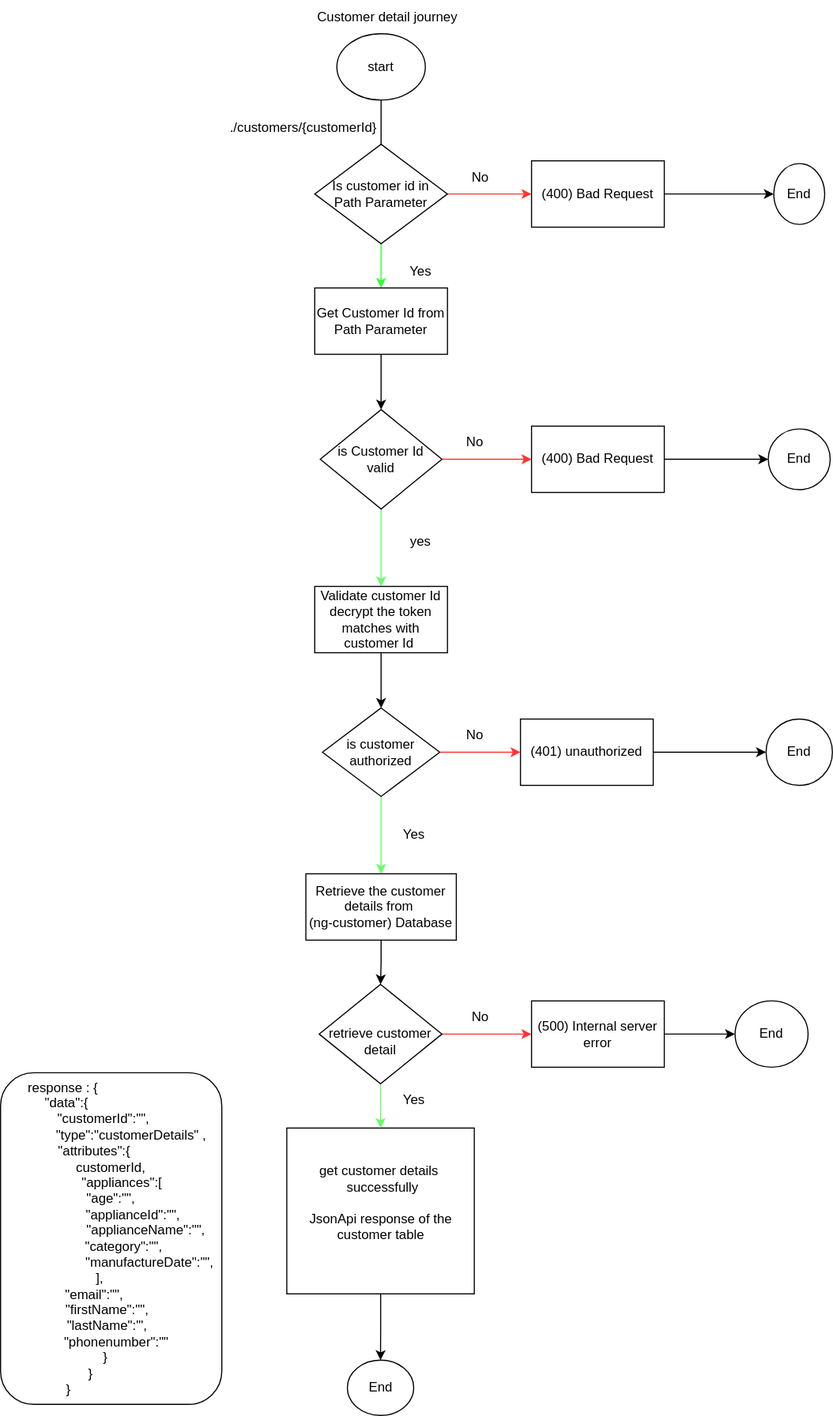
Abhishek-1310/ng-customers keeps this draw.io diagram as ng-customerfinals.drawio.svg. Above is the earlier version. Source tidied: cells renumbered, new cells last; positions are measured from the earlier drawing's top-left corner, leaving out a move shared by most shapes. Its diagram source:
```xml
<mxGraphModel>
  <root>
    <mxCell id="0" />
    <mxCell id="1" parent="0" />
    <mxCell id="2" value="Customer detail journey" style="text;html=1;align=center;verticalAlign=middle;whiteSpace=wrap;rounded=0;" parent="1" vertex="1">
      <mxGeometry x="280" width="140" height="30" as="geometry" />
    </mxCell>
    <mxCell id="3" style="edgeStyle=orthogonalEdgeStyle;rounded=0;jettySize=auto;html=1;" parent="1" edge="1" source="4">
      <mxGeometry relative="1" as="geometry">
        <mxPoint x="344" y="160" as="targetPoint" />
      </mxGeometry>
    </mxCell>
    <mxCell id="4" style="ellipse;whiteSpace=wrap;html=1;" parent="1" vertex="1">
      <mxGeometry x="304" y="30" width="80" height="60" as="geometry" />
    </mxCell>
    <mxCell id="5" value="start" style="text;html=1;align=center;verticalAlign=middle;whiteSpace=wrap;rounded=0;" parent="1" vertex="1">
      <mxGeometry x="314" y="45" width="60" height="30" as="geometry" />
    </mxCell>
    <mxCell id="6" style="edgeStyle=orthogonalEdgeStyle;rounded=0;jettySize=auto;html=1;strokeColor=#FF3333;" parent="1" edge="1" source="8" target="10">
      <mxGeometry relative="1" as="geometry" />
    </mxCell>
    <mxCell id="7" style="edgeStyle=orthogonalEdgeStyle;rounded=0;jettySize=auto;html=1;strokeColor=#33FF33;" parent="1" edge="1" source="8" target="14">
      <mxGeometry relative="1" as="geometry" />
    </mxCell>
    <mxCell id="8" value="Is customer id in&lt;div&gt;Path&amp;nbsp;&lt;span style=&quot;background-color: initial;&quot;&gt;Parameter&lt;/span&gt;&lt;/div&gt;" style="rhombus;whiteSpace=wrap;html=1;" parent="1" vertex="1">
      <mxGeometry x="284" y="130" width="120" height="90" as="geometry" />
    </mxCell>
    <mxCell id="9" style="edgeStyle=orthogonalEdgeStyle;rounded=0;jettySize=auto;html=1;" parent="1" edge="1" source="10" target="11">
      <mxGeometry relative="1" as="geometry" />
    </mxCell>
    <mxCell id="10" value="(400) Bad Request" style="whiteSpace=wrap;html=1;" parent="1" vertex="1">
      <mxGeometry x="480" y="145" width="120" height="60" as="geometry" />
    </mxCell>
    <mxCell id="11" value="End" style="ellipse;whiteSpace=wrap;html=1;" parent="1" vertex="1">
      <mxGeometry x="699" y="147.5" width="46" height="55" as="geometry" />
    </mxCell>
    <mxCell id="12" value="./customers/{customerId}" style="text;html=1;align=center;verticalAlign=middle;whiteSpace=wrap;rounded=0;" parent="1" vertex="1">
      <mxGeometry x="244" y="100" width="60" height="30" as="geometry" />
    </mxCell>
    <mxCell id="13" style="edgeStyle=orthogonalEdgeStyle;rounded=0;jettySize=auto;html=1;" parent="1" edge="1" source="14" target="17">
      <mxGeometry relative="1" as="geometry" />
    </mxCell>
    <mxCell id="14" value="Get Customer Id from&lt;div&gt;Path Parameter&lt;/div&gt;" style="whiteSpace=wrap;html=1;" parent="1" vertex="1">
      <mxGeometry x="284" y="260" width="120" height="60" as="geometry" />
    </mxCell>
    <mxCell id="15" style="edgeStyle=orthogonalEdgeStyle;rounded=0;jettySize=auto;html=1;strokeColor=#FF3333;" parent="1" edge="1" source="17" target="20">
      <mxGeometry relative="1" as="geometry" />
    </mxCell>
    <mxCell id="16" style="edgeStyle=orthogonalEdgeStyle;rounded=0;jettySize=auto;html=1;strokeColor=#66FF66;" parent="1" edge="1" source="17" target="23">
      <mxGeometry relative="1" as="geometry" />
    </mxCell>
    <mxCell id="17" value="is Customer Id&lt;div&gt;valid&lt;/div&gt;" style="rhombus;whiteSpace=wrap;html=1;" parent="1" vertex="1">
      <mxGeometry x="289" y="370" width="110" height="90" as="geometry" />
    </mxCell>
    <mxCell id="18" value="No" style="text;html=1;align=center;verticalAlign=middle;whiteSpace=wrap;rounded=0;" parent="1" vertex="1">
      <mxGeometry x="404" y="145" width="60" height="30" as="geometry" />
    </mxCell>
    <mxCell id="19" style="edgeStyle=orthogonalEdgeStyle;rounded=0;jettySize=auto;html=1;" parent="1" edge="1" source="20" target="21">
      <mxGeometry relative="1" as="geometry" />
    </mxCell>
    <mxCell id="20" value="(400) Bad Request" style="whiteSpace=wrap;html=1;" parent="1" vertex="1">
      <mxGeometry x="480" y="385" width="120" height="60" as="geometry" />
    </mxCell>
    <mxCell id="21" value="End" style="ellipse;whiteSpace=wrap;html=1;" parent="1" vertex="1">
      <mxGeometry x="694" y="387.5" width="56" height="55" as="geometry" />
    </mxCell>
    <mxCell id="22" style="edgeStyle=orthogonalEdgeStyle;rounded=0;jettySize=auto;html=1;" parent="1" edge="1" source="23" target="26">
      <mxGeometry relative="1" as="geometry" />
    </mxCell>
    <mxCell id="23" value="Validate customer Id&lt;div&gt;decrypt the token matches with customer Id&amp;nbsp;&lt;/div&gt;" style="whiteSpace=wrap;html=1;" parent="1" vertex="1">
      <mxGeometry x="284" y="530" width="120" height="60" as="geometry" />
    </mxCell>
    <mxCell id="24" style="edgeStyle=orthogonalEdgeStyle;rounded=0;jettySize=auto;html=1;strokeColor=#FF3333;" parent="1" edge="1" source="26" target="28">
      <mxGeometry relative="1" as="geometry" />
    </mxCell>
    <mxCell id="25" style="edgeStyle=orthogonalEdgeStyle;rounded=0;jettySize=auto;html=1;strokeColor=#66FF66;" parent="1" edge="1" source="26" target="35">
      <mxGeometry relative="1" as="geometry" />
    </mxCell>
    <mxCell id="26" value="is customer&lt;div&gt;authorized&lt;/div&gt;" style="rhombus;whiteSpace=wrap;html=1;" parent="1" vertex="1">
      <mxGeometry x="291" y="640" width="106" height="80" as="geometry" />
    </mxCell>
    <mxCell id="27" style="edgeStyle=orthogonalEdgeStyle;rounded=0;jettySize=auto;html=1;" parent="1" edge="1" source="28" target="36">
      <mxGeometry relative="1" as="geometry" />
    </mxCell>
    <mxCell id="28" value="(401) unauthorized" style="whiteSpace=wrap;html=1;" parent="1" vertex="1">
      <mxGeometry x="470" y="650" width="120" height="60" as="geometry" />
    </mxCell>
    <mxCell id="29" value="Yes" style="text;html=1;align=center;verticalAlign=middle;whiteSpace=wrap;rounded=0;" parent="1" vertex="1">
      <mxGeometry x="350" y="230" width="60" height="30" as="geometry" />
    </mxCell>
    <mxCell id="30" value="yes" style="text;html=1;align=center;verticalAlign=middle;whiteSpace=wrap;rounded=0;" parent="1" vertex="1">
      <mxGeometry x="350" y="475" width="60" height="30" as="geometry" />
    </mxCell>
    <mxCell id="31" value="No" style="text;html=1;align=center;verticalAlign=middle;whiteSpace=wrap;rounded=0;" parent="1" vertex="1">
      <mxGeometry x="399" y="650" width="60" height="30" as="geometry" />
    </mxCell>
    <mxCell id="32" value="No" style="text;html=1;align=center;verticalAlign=middle;whiteSpace=wrap;rounded=0;" parent="1" vertex="1">
      <mxGeometry x="399" y="385" width="60" height="30" as="geometry" />
    </mxCell>
    <mxCell id="33" value="Yes" style="text;html=1;align=center;verticalAlign=middle;whiteSpace=wrap;rounded=0;" parent="1" vertex="1">
      <mxGeometry x="344" y="740" width="60" height="30" as="geometry" />
    </mxCell>
    <mxCell id="34" style="edgeStyle=orthogonalEdgeStyle;rounded=0;jettySize=auto;html=1;" parent="1" edge="1" source="35" target="42">
      <mxGeometry relative="1" as="geometry" />
    </mxCell>
    <mxCell id="35" value="Retrieve the customer details from&amp;nbsp;&lt;div&gt;(ng-customer) Database&lt;/div&gt;" style="whiteSpace=wrap;html=1;" parent="1" vertex="1">
      <mxGeometry x="276" y="790" width="136" height="60" as="geometry" />
    </mxCell>
    <mxCell id="36" value="End" style="ellipse;whiteSpace=wrap;html=1;" parent="1" vertex="1">
      <mxGeometry x="692" y="650" width="60" height="60" as="geometry" />
    </mxCell>
    <mxCell id="37" style="edgeStyle=orthogonalEdgeStyle;rounded=0;jettySize=auto;html=1;" parent="1" edge="1" source="38" target="39">
      <mxGeometry relative="1" as="geometry" />
    </mxCell>
    <mxCell id="38" value="&lt;div&gt;&lt;div&gt;get customer details&amp;nbsp; &amp;nbsp;&lt;span style=&quot;background-color: initial;&quot;&gt;successfully&lt;/span&gt;&lt;/div&gt;&lt;div&gt;&lt;span style=&quot;background-color: initial;&quot;&gt;&lt;br&gt;&lt;/span&gt;&lt;/div&gt;&lt;div&gt;&lt;span style=&quot;background-color: initial;&quot;&gt;JsonApi response of the customer table&lt;/span&gt;&lt;/div&gt;&lt;div&gt;&lt;span style=&quot;background-color: initial;&quot;&gt;&amp;nbsp; &amp;nbsp; &amp;nbsp; &amp;nbsp; &amp;nbsp; &amp;nbsp; &amp;nbsp; &amp;nbsp; &amp;nbsp; &amp;nbsp; &amp;nbsp; &amp;nbsp;&amp;nbsp;&lt;/span&gt;&lt;br&gt;&lt;/div&gt;&lt;/div&gt;" style="whiteSpace=wrap;html=1;" parent="1" vertex="1">
      <mxGeometry x="258.8" y="1020" width="169.5" height="150" as="geometry" />
    </mxCell>
    <mxCell id="39" value="End" style="ellipse;whiteSpace=wrap;html=1;" parent="1" vertex="1">
      <mxGeometry x="313.5" y="1230" width="60" height="50" as="geometry" />
    </mxCell>
    <mxCell id="40" style="edgeStyle=orthogonalEdgeStyle;rounded=0;jettySize=auto;html=1;strokeColor=#FF3333;" parent="1" edge="1" source="42" target="44">
      <mxGeometry relative="1" as="geometry" />
    </mxCell>
    <mxCell id="41" style="edgeStyle=orthogonalEdgeStyle;rounded=0;jettySize=auto;html=1;strokeColor=#66FF66;" parent="1" edge="1" source="42" target="38">
      <mxGeometry relative="1" as="geometry" />
    </mxCell>
    <mxCell id="42" value="&lt;div&gt;&lt;br&gt;&lt;/div&gt;retrieve customer&lt;div&gt;detail&lt;/div&gt;" style="rhombus;whiteSpace=wrap;html=1;" parent="1" vertex="1">
      <mxGeometry x="288" y="890" width="111" height="90" as="geometry" />
    </mxCell>
    <mxCell id="43" style="edgeStyle=orthogonalEdgeStyle;rounded=0;jettySize=auto;html=1;" parent="1" edge="1" source="44" target="45">
      <mxGeometry relative="1" as="geometry" />
    </mxCell>
    <mxCell id="44" value="(500) Internal server error" style="whiteSpace=wrap;html=1;" parent="1" vertex="1">
      <mxGeometry x="480" y="905" width="120" height="60" as="geometry" />
    </mxCell>
    <mxCell id="45" value="End" style="ellipse;whiteSpace=wrap;html=1;" parent="1" vertex="1">
      <mxGeometry x="664" y="905" width="66" height="60" as="geometry" />
    </mxCell>
    <mxCell id="46" value="No" style="text;html=1;align=center;verticalAlign=middle;whiteSpace=wrap;rounded=0;" parent="1" vertex="1">
      <mxGeometry x="403.5" y="905" width="60" height="30" as="geometry" />
    </mxCell>
    <mxCell id="47" value="Yes" style="text;html=1;align=center;verticalAlign=middle;whiteSpace=wrap;rounded=0;" parent="1" vertex="1">
      <mxGeometry x="343.5" y="980" width="60" height="30" as="geometry" />
    </mxCell>
    <mxCell id="48" value="&lt;div&gt;&lt;div&gt;&amp;nbsp;response : {&amp;nbsp; &amp;nbsp; &amp;nbsp; &amp;nbsp; &amp;nbsp; &amp;nbsp; &amp;nbsp; &amp;nbsp; &amp;nbsp; &amp;nbsp; &amp;nbsp; &amp;nbsp; &amp;nbsp; &amp;nbsp;&lt;/div&gt;&lt;div&gt;&quot;data&quot;:{&amp;nbsp; &amp;nbsp; &amp;nbsp; &amp;nbsp; &amp;nbsp; &amp;nbsp; &amp;nbsp; &amp;nbsp; &amp;nbsp; &amp;nbsp; &amp;nbsp; &amp;nbsp;&amp;nbsp;&lt;/div&gt;&lt;div&gt;&lt;span style=&quot;background-color: initial;&quot;&gt;&quot;&lt;/span&gt;&lt;span style=&quot;background-color: initial;&quot;&gt;customerId&quot;:&quot;&quot;,&amp;nbsp; &amp;nbsp;&amp;nbsp;&lt;/span&gt;&lt;/div&gt;&lt;div&gt;&lt;span style=&quot;background-color: initial;&quot;&gt;&amp;nbsp; &amp;nbsp; &amp;nbsp; &amp;nbsp; &amp;nbsp; &amp;nbsp;&quot;type&quot;:&quot;customerDetails&quot; ,&lt;/span&gt;&lt;/div&gt;&lt;div&gt;&lt;span style=&quot;background-color: initial;&quot;&gt;&amp;nbsp; &amp;nbsp; &amp;nbsp; &amp;nbsp; &amp;nbsp;&quot;attributes&quot;&lt;/span&gt;&lt;span style=&quot;background-color: initial;&quot;&gt;:{&amp;nbsp; &amp;nbsp; &amp;nbsp; &amp;nbsp; &amp;nbsp; &amp;nbsp; &amp;nbsp; &amp;nbsp; &amp;nbsp;&amp;nbsp;&lt;/span&gt;&lt;/div&gt;&lt;div&gt;&lt;span style=&quot;background-color: initial;&quot;&gt;&amp;nbsp;customerId,&amp;nbsp;&lt;/span&gt;&lt;/div&gt;&lt;div&gt;&lt;span style=&quot;background-color: initial;&quot;&gt;&amp;nbsp; &amp;nbsp; &amp;nbsp; &quot;appliances&quot;:[&lt;/span&gt;&lt;/div&gt;&lt;div&gt;&lt;span style=&quot;background-color: initial;&quot;&gt;&quot;age&quot;:&quot;&quot;,&lt;/span&gt;&lt;/div&gt;&lt;div&gt;&lt;span style=&quot;background-color: initial;&quot;&gt;&amp;nbsp; &amp;nbsp; &amp;nbsp; &amp;nbsp; &amp;nbsp; &amp;nbsp; &quot;applianceId&quot;:&quot;&quot;,&lt;/span&gt;&lt;/div&gt;&lt;div&gt;&lt;span style=&quot;background-color: initial;&quot;&gt;&amp;nbsp; &amp;nbsp; &amp;nbsp; &amp;nbsp; &amp;nbsp; &amp;nbsp; &amp;nbsp; &amp;nbsp; &amp;nbsp; &amp;nbsp;&quot;applianceName&quot;:&quot;&quot;,&lt;/span&gt;&lt;/div&gt;&lt;div&gt;&lt;span style=&quot;background-color: initial;&quot;&gt;&amp;nbsp; &amp;nbsp; &amp;nbsp; &amp;nbsp;&quot;category&quot;:&quot;&quot;,&lt;/span&gt;&lt;/div&gt;&lt;div&gt;&lt;span style=&quot;background-color: initial;&quot;&gt;&amp;nbsp; &amp;nbsp; &amp;nbsp; &amp;nbsp; &amp;nbsp; &amp;nbsp; &amp;nbsp; &amp;nbsp; &amp;nbsp; &amp;nbsp; &amp;nbsp;&quot;manufactureDate&quot;:&quot;&quot;,&lt;/span&gt;&lt;/div&gt;&lt;div&gt;&lt;span style=&quot;background-color: initial;&quot;&gt;],&amp;nbsp; &amp;nbsp; &amp;nbsp;&amp;nbsp;&lt;/span&gt;&lt;/div&gt;&lt;div&gt;&lt;span style=&quot;background-color: initial;&quot;&gt;&amp;nbsp; &amp;nbsp; &amp;nbsp; &amp;nbsp; &quot;&lt;/span&gt;&lt;span style=&quot;background-color: initial;&quot;&gt;email&quot;:&quot;&quot;,&amp;nbsp; &amp;nbsp; &amp;nbsp; &amp;nbsp; &amp;nbsp; &amp;nbsp; &amp;nbsp; &amp;nbsp; &amp;nbsp;&lt;/span&gt;&lt;/div&gt;&lt;div&gt;&lt;span style=&quot;background-color: initial;&quot;&gt;&quot;firstName&quot;:&quot;&quot;,&amp;nbsp;&amp;nbsp;&lt;/span&gt;&lt;/div&gt;&lt;div&gt;&lt;span style=&quot;background-color: initial;&quot;&gt;&quot;lastName&quot;:&quot;',&amp;nbsp;&amp;nbsp;&lt;/span&gt;&lt;/div&gt;&lt;/div&gt;&lt;div&gt;&amp;nbsp; &amp;nbsp; &amp;nbsp; &amp;nbsp;&quot;phonenumber&quot;:&quot;&quot;&amp;nbsp; &amp;nbsp;&amp;nbsp;&lt;/div&gt;&lt;div&gt;}&amp;nbsp; &amp;nbsp;&lt;/div&gt;&lt;div&gt;}&amp;nbsp; &amp;nbsp; &amp;nbsp; &amp;nbsp; &amp;nbsp; &amp;nbsp;&lt;/div&gt;&lt;div&gt;}&amp;nbsp; &amp;nbsp; &amp;nbsp; &amp;nbsp; &amp;nbsp; &amp;nbsp; &amp;nbsp; &amp;nbsp; &amp;nbsp; &amp;nbsp; &amp;nbsp; &amp;nbsp;&lt;/div&gt;" style="rounded=1;whiteSpace=wrap;html=1;" parent="1" vertex="1">
      <mxGeometry y="970" width="200" height="300" as="geometry" />
    </mxCell>
  </root>
</mxGraphModel>
```
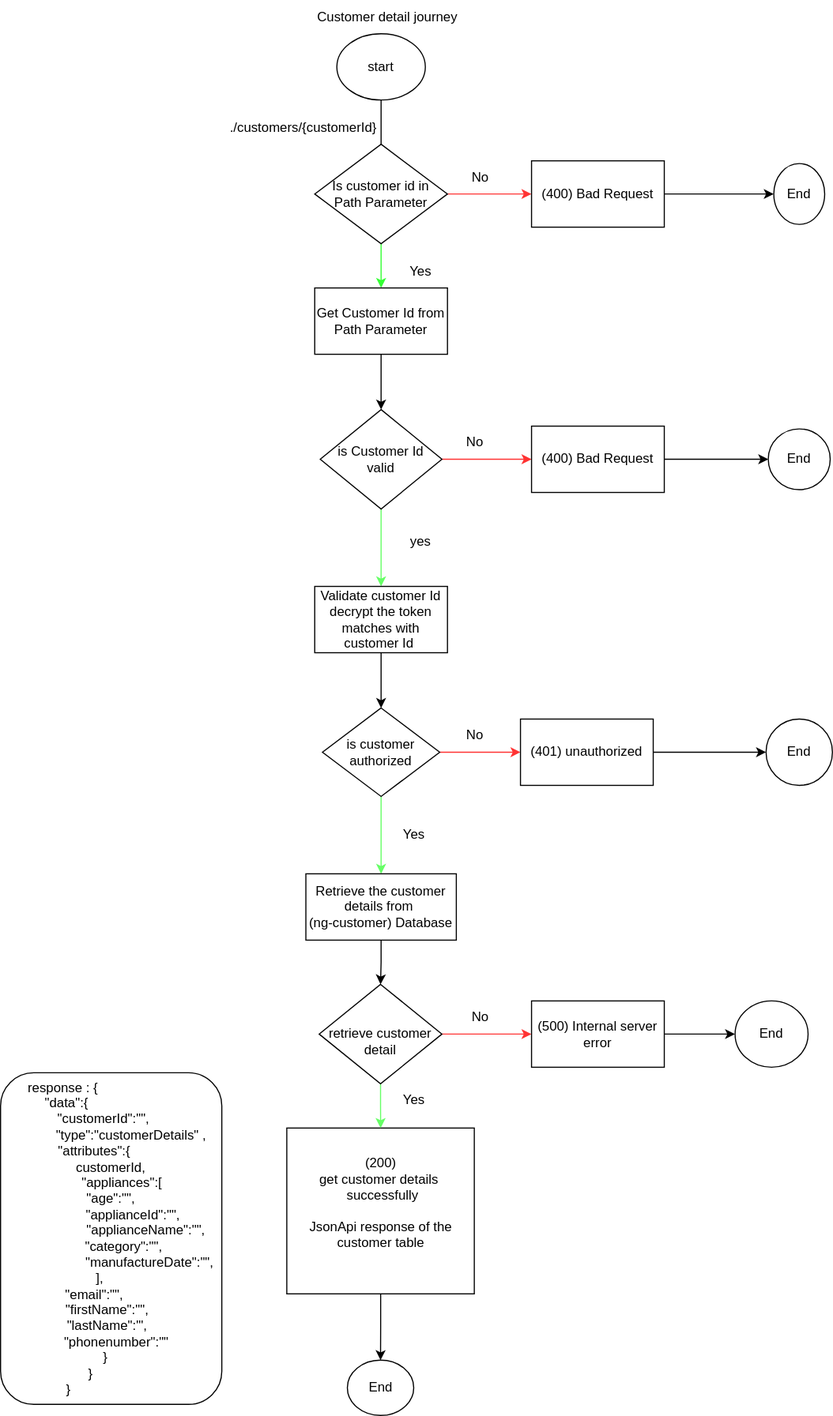
After the change.

Commit message:
final flow chart diagram

The edit, as a diff of the source:
```diff
@@ -112,7 +112,7 @@
     <mxCell id="37" style="edgeStyle=orthogonalEdgeStyle;rounded=0;jettySize=auto;html=1;" parent="1" edge="1" source="38" target="39">
       <mxGeometry relative="1" as="geometry" />
     </mxCell>
-    <mxCell id="38" value="&lt;div&gt;&lt;div&gt;get customer details&amp;nbsp; &amp;nbsp;&lt;span style=&quot;background-color: initial;&quot;&gt;successfully&lt;/span&gt;&lt;/div&gt;&lt;div&gt;&lt;span style=&quot;background-color: initial;&quot;&gt;&lt;br&gt;&lt;/span&gt;&lt;/div&gt;&lt;div&gt;&lt;span style=&quot;background-color: initial;&quot;&gt;JsonApi response of the customer table&lt;/span&gt;&lt;/div&gt;&lt;div&gt;&lt;span style=&quot;background-color: initial;&quot;&gt;&amp;nbsp; &amp;nbsp; &amp;nbsp; &amp;nbsp; &amp;nbsp; &amp;nbsp; &amp;nbsp; &amp;nbsp; &amp;nbsp; &amp;nbsp; &amp;nbsp; &amp;nbsp;&amp;nbsp;&lt;/span&gt;&lt;br&gt;&lt;/div&gt;&lt;/div&gt;" style="whiteSpace=wrap;html=1;" parent="1" vertex="1">
+    <mxCell id="38" value="&lt;div&gt;&lt;div&gt;(200)&lt;/div&gt;&lt;div&gt;get customer details&amp;nbsp; &amp;nbsp;&lt;span style=&quot;background-color: initial;&quot;&gt;successfully&lt;/span&gt;&lt;/div&gt;&lt;div&gt;&lt;span style=&quot;background-color: initial;&quot;&gt;&lt;br&gt;&lt;/span&gt;&lt;/div&gt;&lt;div&gt;&lt;span style=&quot;background-color: initial;&quot;&gt;JsonApi response of the customer table&lt;/span&gt;&lt;/div&gt;&lt;div&gt;&lt;span style=&quot;background-color: initial;&quot;&gt;&amp;nbsp; &amp;nbsp; &amp;nbsp; &amp;nbsp; &amp;nbsp; &amp;nbsp; &amp;nbsp; &amp;nbsp; &amp;nbsp; &amp;nbsp; &amp;nbsp; &amp;nbsp;&amp;nbsp;&lt;/span&gt;&lt;br&gt;&lt;/div&gt;&lt;/div&gt;" style="whiteSpace=wrap;html=1;" parent="1" vertex="1">
       <mxGeometry x="258.8" y="1020" width="169.5" height="150" as="geometry" />
     </mxCell>
     <mxCell id="39" value="End" style="ellipse;whiteSpace=wrap;html=1;" parent="1" vertex="1">
```
